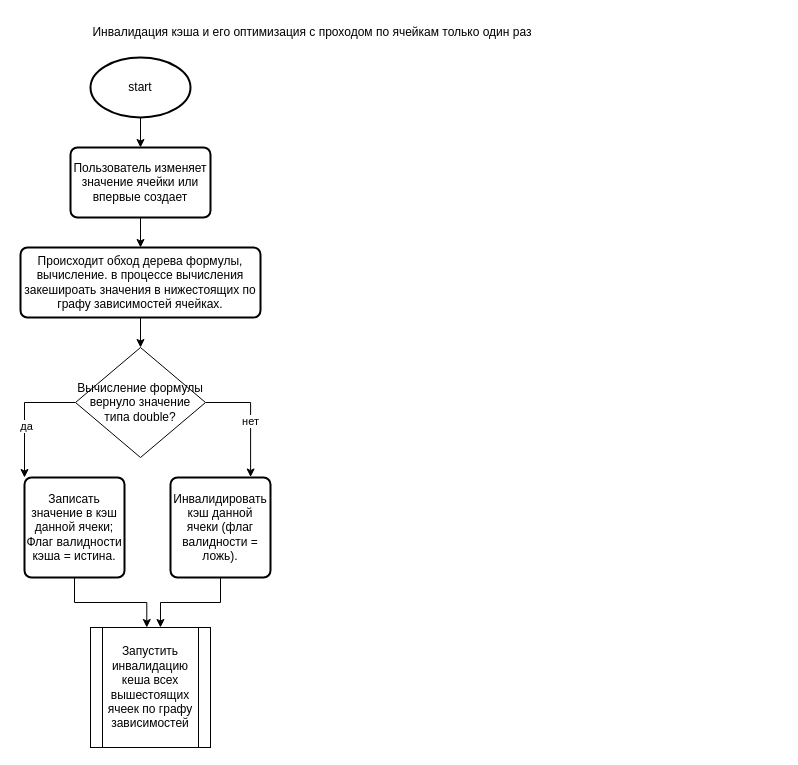
Earlier version of the draw.io diagram ast/cache_invalidation.drawio (rokker1/yp-excel). Source tidied: cells renumbered, new cells numbered last; positions are measured from the earlier drawing's top-left corner, leaving out a move shared by most shapes. Both pictures are drawn from the tidied source at 100%, with x=0, y=0 at pixel (20, 17).
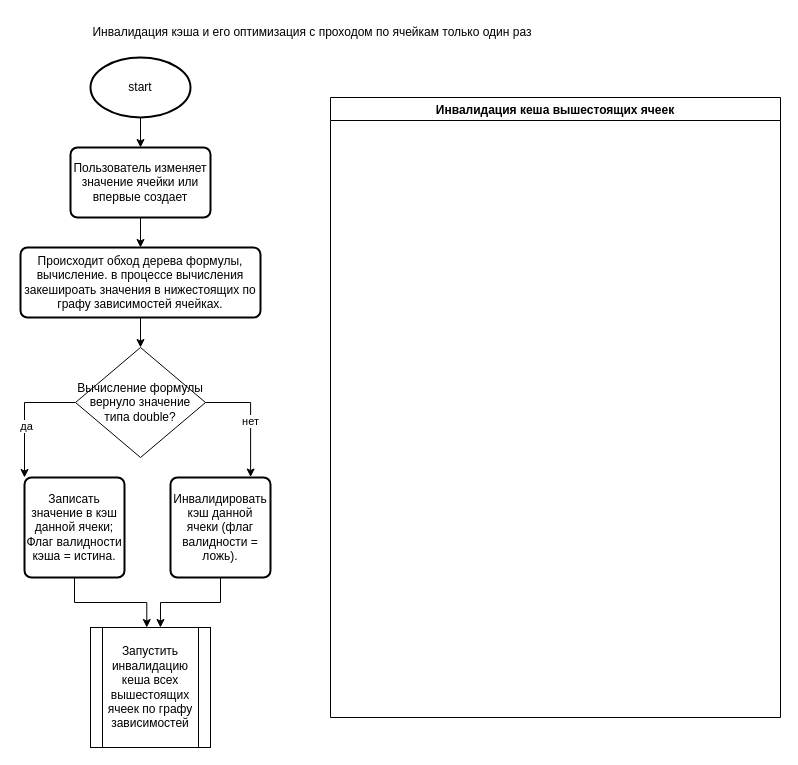
Above is the later version.

Diff of the diagram source:
```diff
@@
+    <mxCell id="19" value="Инвалидация кеша вышестоящих ячеек" style="swimlane;startSize=23;" parent="1" vertex="1">
+      <mxGeometry x="310" y="80" width="450" height="620" as="geometry" />
+    </mxCell>
```
